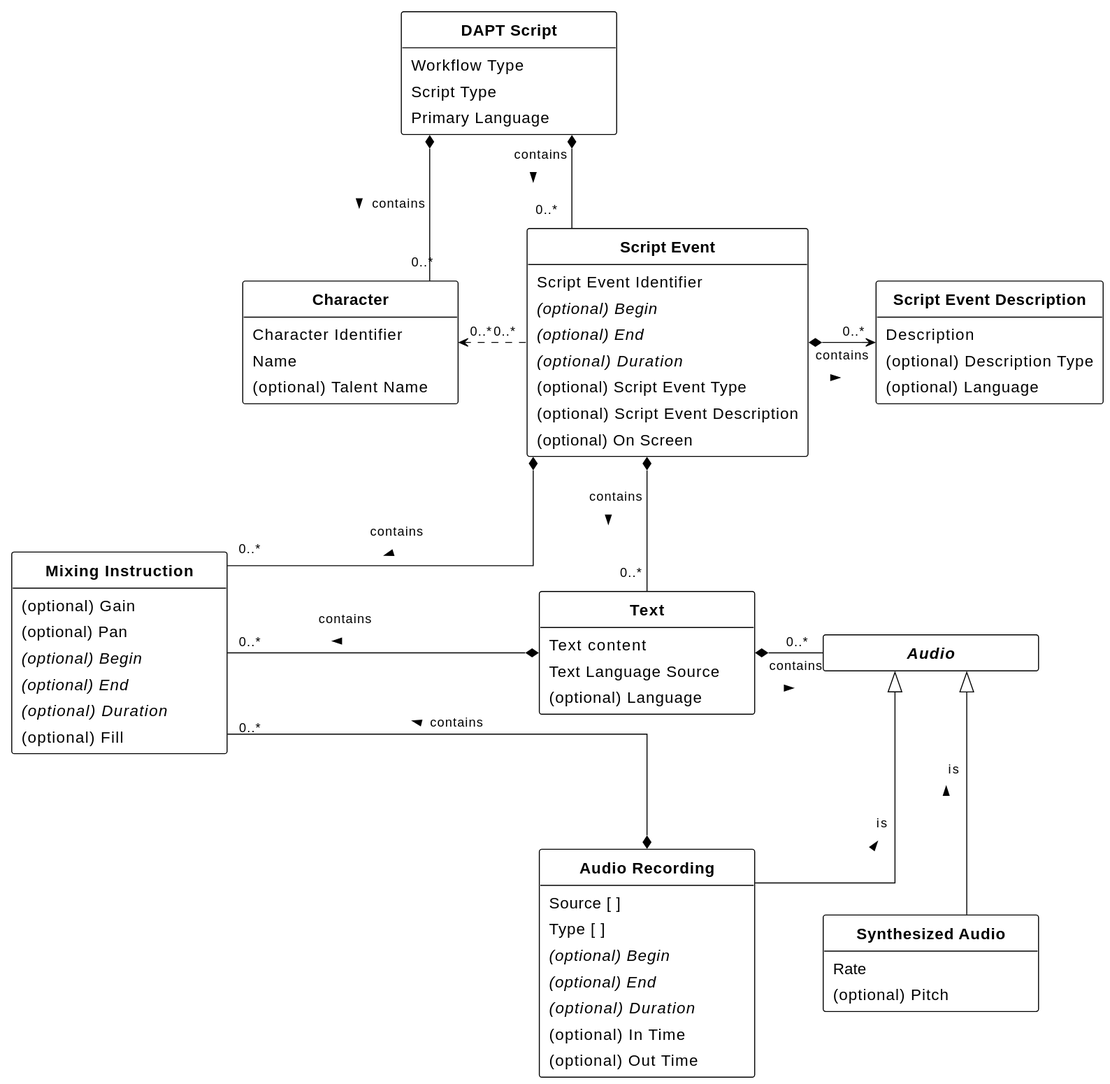
Earlier version of the PlantUML export figures/class-diagram.svg (w3c/dapt).
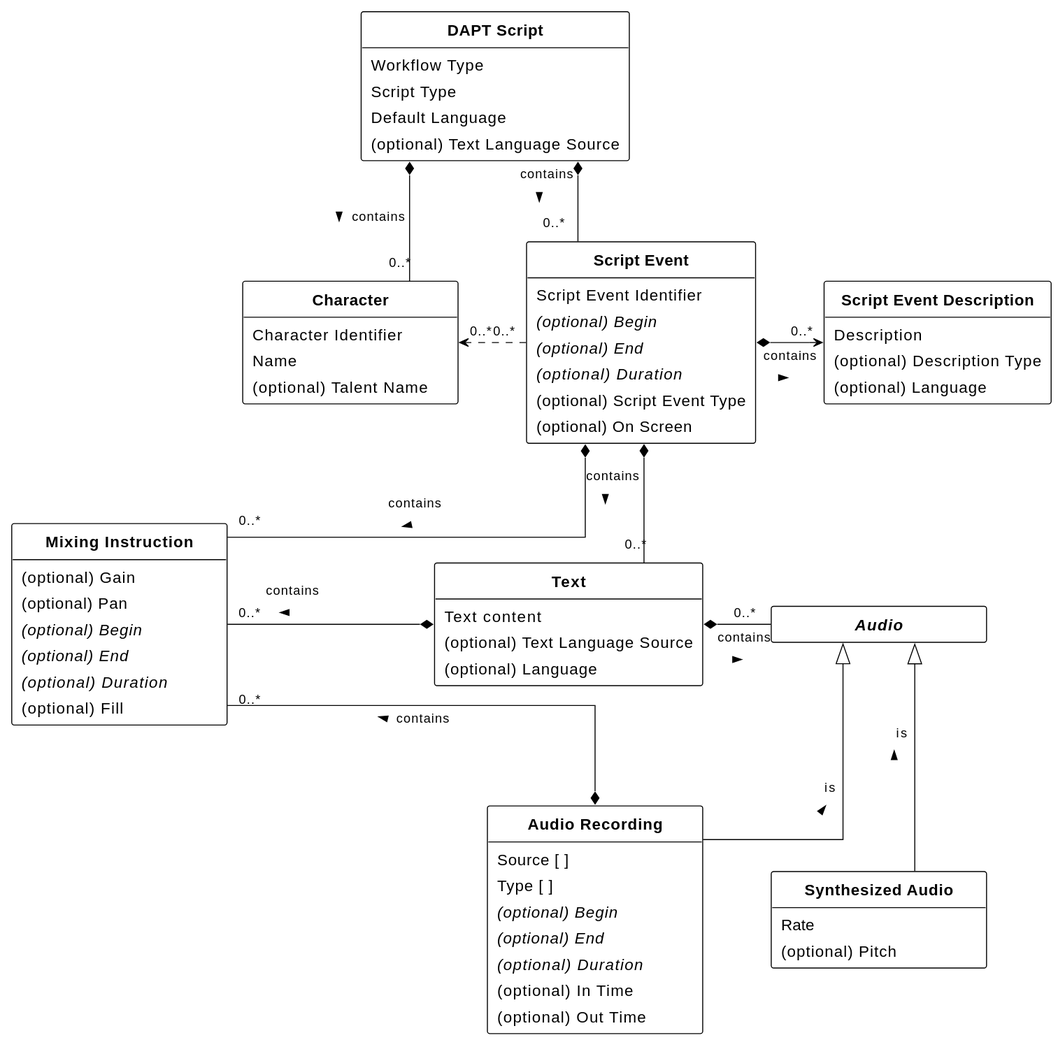
After the change.

The edit, as a diff of the source:
```diff
@@ -14,7 +14,8 @@
 Class DAPTScript as "**DAPT Script**" [[#dapt-script]] {
     Workflow Type [[[#workflow-type]]]
     Script Type [[[#script-type]]]
-    Primary Language [[[#primary-language]]]
+    Default Language [[[#default-language]]]
+    {field} (optional) Text Language Source [[[#text-language-source]]]
 }
 
 together {
@@ -30,7 +31,6 @@
         {field} {abstract} (optional) End [[[#dfn-end]]]
         {field} {abstract} (optional) Duration [[[#dfn-duration]]]
         {field} (optional) Script Event Type [[[#dfn-script-event-type]]]
-        {field} (optional) Script Event Description [[[#dfn-script-event-description]]]
         {field} (optional) On Screen [[[#on-screen]]]
     }
 
@@ -42,7 +42,7 @@
 
     Class Text as "**Text**" [[#text]] {
         Text content [[[#dfn-text]]]
-        Text Language Source [[[#text-language-source]]]
+        {field} (optional) Text Language Source [[[#text-language-source]]]
         {field} (optional) Language
     }
 }
```
